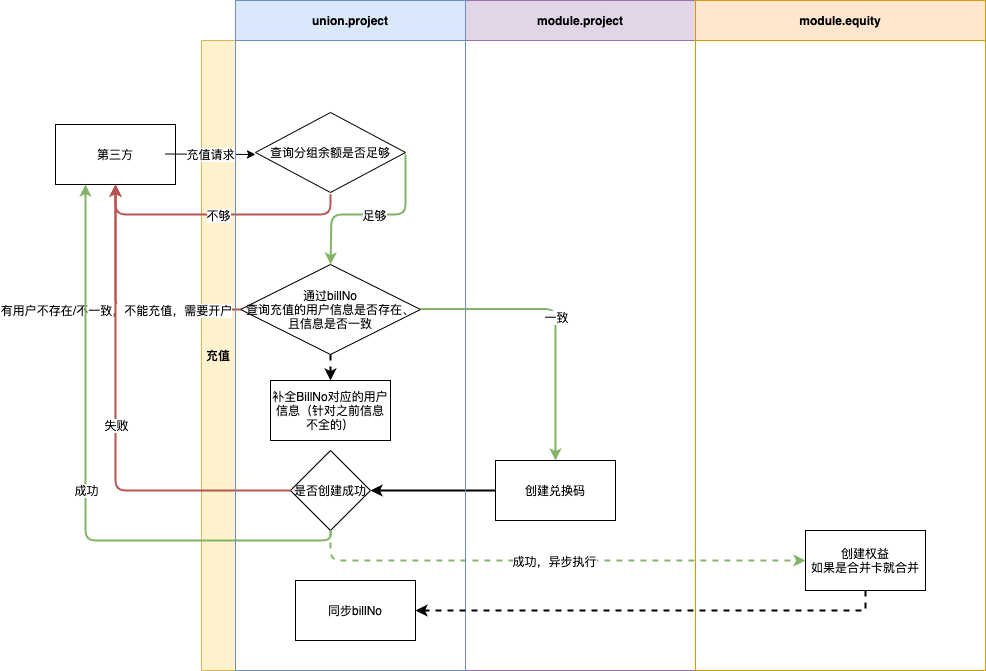
Before: 充值.png, a diagram exported from draw.io (zuoqiang320/uniondrug). Source tidied: cells renumbered, new cells last; positions are measured from the earlier drawing's top-left corner, leaving out a move shared by most shapes.
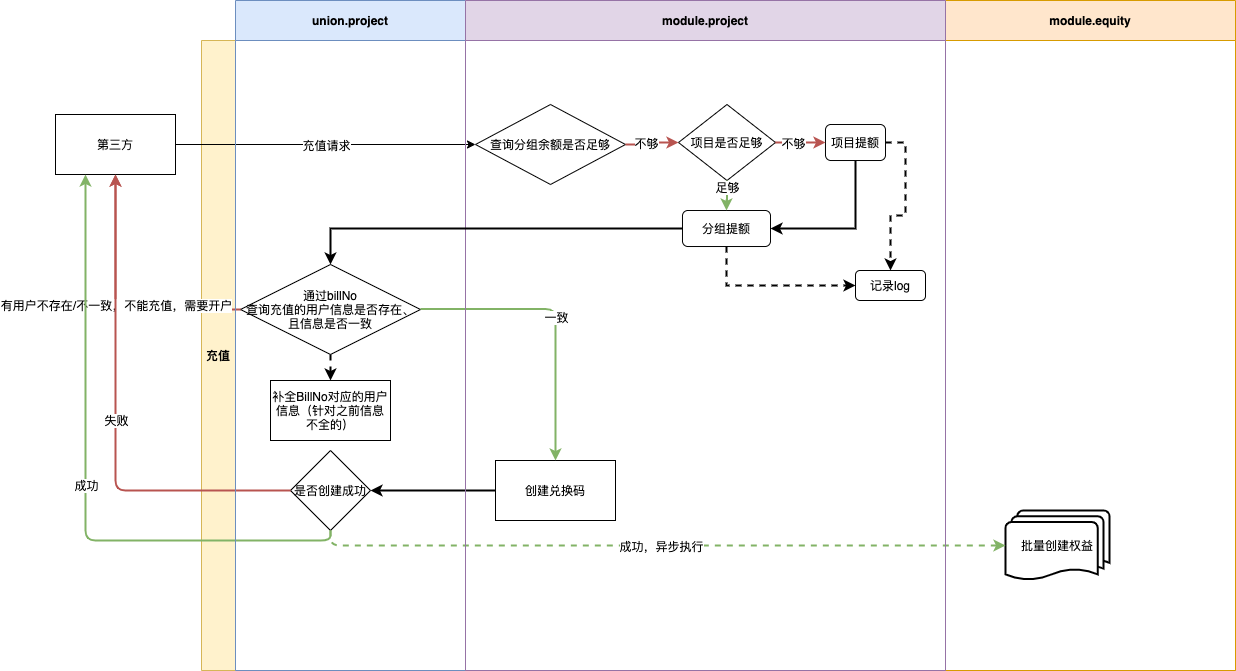
The same file after the commit.

Change to the diagram source:
```diff
@@ -5,25 +5,9 @@
     <mxCell id="2" value="创建兑换码" style="rounded=0;whiteSpace=wrap;html=1;startSize=34;strokeWidth=1;" parent="1" vertex="1">
       <mxGeometry x="440" y="460" width="120" height="60" as="geometry" />
     </mxCell>
-    <mxCell id="3" value="&lt;span&gt;查询分组余额是否足够&lt;/span&gt;" style="rhombus;whiteSpace=wrap;html=1;startSize=34;" parent="1" vertex="1">
-      <mxGeometry x="200" y="112" width="150" height="80" as="geometry" />
-    </mxCell>
     <mxCell id="4" value="通过billNo&lt;br&gt;查询充值的用户信息是否存在、且信息是否一致" style="rhombus;whiteSpace=wrap;html=1;startSize=34;" parent="1" vertex="1">
       <mxGeometry x="185" y="264" width="180" height="90" as="geometry" />
     </mxCell>
-    <mxCell id="5" style="endArrow=classic;html=1;exitX=1;exitY=0.5;exitDx=0;exitDy=0;entryX=0.5;entryY=0;entryDx=0;entryDy=0;fillColor=#d5e8d4;strokeColor=#82b366;strokeWidth=2;" parent="1" edge="1" target="4">
-      <mxGeometry relative="1" as="geometry">
-        <mxPoint x="350" y="154" as="sourcePoint" />
-        <Array as="points">
-          <mxPoint x="350" y="184" />
-          <mxPoint x="350" y="214" />
-          <mxPoint x="276" y="214" />
-        </Array>
-      </mxGeometry>
-    </mxCell>
-    <mxCell id="6" value="足够" style="edgeLabel;html=1;align=center;verticalAlign=middle;" parent="5" vertex="1">
-      <mxGeometry relative="1" as="geometry" />
-    </mxCell>
     <mxCell id="7" value="补全BillNo对应的用户信息（针对之前信息不全的）" style="rounded=0;whiteSpace=wrap;html=1;startSize=34;strokeWidth=1;" parent="1" vertex="1">
       <mxGeometry x="215" y="380" width="120" height="60" as="geometry" />
     </mxCell>
@@ -48,36 +32,41 @@
       <mxGeometry relative="1" as="geometry" />
     </mxCell>
     <mxCell id="13" value="充值" style="swimlane;direction=north;fillColor=#fff2cc;strokeColor=#d6b656;startSize=34;verticalAlign=middle;" parent="1" vertex="1">
-      <mxGeometry x="146" y="40" width="784" height="630" as="geometry" />
+      <mxGeometry x="146" y="40" width="1034" height="630" as="geometry" />
     </mxCell>
-    <mxCell id="14" value="创建权益&lt;br&gt;如果是合并卡就合并" style="rounded=0;whiteSpace=wrap;html=1;startSize=34;strokeWidth=1;" parent="13" vertex="1">
-      <mxGeometry x="604" y="490" width="120" height="60" as="geometry" />
-    </mxCell>
+    <mxCell id="3" value="&lt;span&gt;查询分组余额是否足够&lt;/span&gt;" style="rhombus;whiteSpace=wrap;html=1;startSize=34;" parent="13" vertex="1">
+      <mxGeometry x="274" y="64" width="150" height="80" as="geometry" />
+    </mxCell>
+    <mxCell id="33" style="edgeStyle=orthogonalEdgeStyle;rounded=0;jettySize=auto;html=1;exitX=0.5;exitY=1;exitDx=0;exitDy=0;entryX=1;entryY=0.5;entryDx=0;entryDy=0;strokeWidth=2;" parent="13" edge="1" source="35" target="37">
+      <mxGeometry relative="1" as="geometry" />
+    </mxCell>
+    <mxCell id="34" style="edgeStyle=orthogonalEdgeStyle;rounded=0;jettySize=auto;html=1;exitX=1;exitY=0.5;exitDx=0;exitDy=0;entryX=0.5;entryY=0;entryDx=0;entryDy=0;dashed=1;strokeWidth=2;" parent="13" edge="1" source="35" target="38">
+      <mxGeometry relative="1" as="geometry" />
+    </mxCell>
+    <mxCell id="35" value="项目提额" style="rounded=1;whiteSpace=wrap;html=1;" parent="13" vertex="1">
+      <mxGeometry x="624" y="84" width="60" height="36" as="geometry" />
+    </mxCell>
+    <mxCell id="36" style="edgeStyle=orthogonalEdgeStyle;rounded=0;jettySize=auto;html=1;exitX=0.5;exitY=1;exitDx=0;exitDy=0;entryX=0;entryY=0.5;entryDx=0;entryDy=0;strokeWidth=2;dashed=1;" parent="13" edge="1" source="37" target="38">
+      <mxGeometry relative="1" as="geometry" />
+    </mxCell>
+    <mxCell id="37" value="分组提额" style="rounded=1;whiteSpace=wrap;html=1;" parent="13" vertex="1">
+      <mxGeometry x="481" y="170" width="88" height="36" as="geometry" />
+    </mxCell>
+    <mxCell id="38" value="记录log" style="rounded=1;whiteSpace=wrap;html=1;" parent="13" vertex="1">
+      <mxGeometry x="654" y="230" width="70" height="30" as="geometry" />
+    </mxCell>
+    <mxCell id="39" value="批量创建权益" style="strokeWidth=2;html=1;shape=mxgraph.flowchart.multi-document;whiteSpace=wrap;" parent="13" vertex="1">
+      <mxGeometry x="804" y="470" width="104" height="70" as="geometry" />
+    </mxCell>
     <mxCell id="15" value="第三方" style="whiteSpace=wrap;html=1;align=center;newEdgeStyle={&quot;edgeStyle&quot;:&quot;elbowEdgeStyle&quot;,&quot;startArrow&quot;:&quot;none&quot;,&quot;endArrow&quot;:&quot;none&quot;};" parent="1" vertex="1">
-      <mxGeometry y="124" width="120" height="60" as="geometry" />
+      <mxGeometry y="114" width="120" height="60" as="geometry" />
     </mxCell>
-    <mxCell id="16" style="endArrow=classic;html=1;entryX=0;entryY=0.5;entryDx=0;entryDy=0;" parent="1" edge="1">
-      <mxGeometry relative="1" as="geometry">
-        <mxPoint x="110" y="153.5" as="sourcePoint" />
-        <mxPoint x="200" y="154" as="targetPoint" />
-      </mxGeometry>
+    <mxCell id="16" style="endArrow=classic;html=1;entryX=0;entryY=0.5;entryDx=0;entryDy=0;exitX=1;exitY=0.5;exitDx=0;exitDy=0;" parent="1" edge="1" source="15" target="3">
+      <mxGeometry relative="1" as="geometry" />
     </mxCell>
     <mxCell id="17" value="充值请求" style="edgeLabel;html=1;align=center;verticalAlign=middle;" parent="16" vertex="1">
       <mxGeometry relative="1" as="geometry" />
     </mxCell>
-    <mxCell id="18" style="endArrow=classic;html=1;entryX=0.5;entryY=1;entryDx=0;entryDy=0;exitX=0.5;exitY=1;exitDx=0;exitDy=0;fillColor=#f8cecc;strokeColor=#b85450;strokeWidth=2;" parent="1" edge="1" target="15">
-      <mxGeometry relative="1" as="geometry">
-        <mxPoint x="275" y="194" as="sourcePoint" />
-        <Array as="points">
-          <mxPoint x="275" y="214" />
-          <mxPoint x="210" y="214" />
-          <mxPoint x="60" y="214" />
-        </Array>
-      </mxGeometry>
-    </mxCell>
-    <mxCell id="19" value="不够" style="edgeLabel;html=1;align=center;verticalAlign=middle;" parent="18" vertex="1">
-      <mxGeometry relative="1" as="geometry" />
-    </mxCell>
     <mxCell id="20" style="endArrow=classic;html=1;exitX=0;exitY=0.5;exitDx=0;exitDy=0;entryX=0.5;entryY=1;entryDx=0;entryDy=0;fillColor=#f8cecc;strokeColor=#b85450;strokeWidth=2;" parent="1" edge="1" source="4" target="15">
       <mxGeometry relative="1" as="geometry">
         <Array as="points">
@@ -88,7 +77,7 @@
     <mxCell id="21" value="有用户不存在/不一致，不能充值，需要开户" style="edgeLabel;html=1;align=center;verticalAlign=middle;" parent="20" vertex="1">
       <mxGeometry relative="1" as="geometry" />
     </mxCell>
-    <mxCell id="22" style="endArrow=classic;html=1;strokeWidth=2;exitX=0.5;exitY=1;exitDx=0;exitDy=0;entryX=0;entryY=0.5;entryDx=0;entryDy=0;edgeStyle=orthogonalEdgeStyle;fillColor=#d5e8d4;strokeColor=#82b366;dashed=1;" parent="1" edge="1" source="11" target="14">
+    <mxCell id="22" style="endArrow=classic;html=1;strokeWidth=2;exitX=0.5;exitY=1;exitDx=0;exitDy=0;entryX=0;entryY=0.5;entryDx=0;entryDy=0;edgeStyle=orthogonalEdgeStyle;fillColor=#d5e8d4;strokeColor=#82b366;dashed=1;entryPerimeter=0;" parent="1" edge="1" source="11" target="39">
       <mxGeometry relative="1" as="geometry" />
     </mxCell>
     <mxCell id="23" value="成功，异步执行" style="edgeLabel;html=1;align=center;verticalAlign=middle;" parent="22" vertex="1">
@@ -106,20 +95,40 @@
     <mxCell id="27" value="成功" style="edgeLabel;html=1;align=center;verticalAlign=middle;" parent="26" vertex="1">
       <mxGeometry relative="1" as="geometry" />
     </mxCell>
-    <mxCell id="28" value="module.project" style="swimlane;startSize=40;fillColor=#e1d5e7;strokeColor=#9673a6;strokeWidth=1;" parent="1" vertex="1">
-      <mxGeometry x="410" width="230" height="670" as="geometry" />
-    </mxCell>
     <mxCell id="29" value="module.equity" style="swimlane;startSize=40;fillColor=#ffe6cc;strokeColor=#d79b00;" parent="1" vertex="1">
-      <mxGeometry x="640" width="290" height="670" as="geometry" />
+      <mxGeometry x="890" width="290" height="670" as="geometry" />
     </mxCell>
     <mxCell id="30" value="union.project" style="swimlane;startSize=40;fillColor=#dae8fc;strokeColor=#6c8ebf;" parent="1" vertex="1">
       <mxGeometry x="180" width="230" height="670" as="geometry" />
     </mxCell>
-    <mxCell id="31" value="同步billNo" style="rounded=0;whiteSpace=wrap;html=1;" parent="30" vertex="1">
-      <mxGeometry x="60" y="580" width="120" height="60" as="geometry" />
-    </mxCell>
-    <mxCell id="32" style="edgeStyle=orthogonalEdgeStyle;rounded=0;jettySize=auto;html=1;exitX=0.5;exitY=1;exitDx=0;exitDy=0;strokeWidth=2;dashed=1;" parent="1" edge="1" source="14" target="31">
-      <mxGeometry relative="1" as="geometry" />
-    </mxCell>
+    <mxCell id="28" value="module.project" style="swimlane;startSize=40;fillColor=#e1d5e7;strokeColor=#9673a6;strokeWidth=1;" parent="1" vertex="1">
+      <mxGeometry x="410" width="480" height="670" as="geometry" />
+    </mxCell>
+    <mxCell id="40" value="项目是否足够" style="rhombus;whiteSpace=wrap;html=1;" parent="28" vertex="1">
+      <mxGeometry x="213" y="104" width="97" height="76" as="geometry" />
+    </mxCell>
+    <mxCell id="41" style="edgeStyle=orthogonalEdgeStyle;rounded=0;jettySize=auto;html=1;exitX=1;exitY=0.5;exitDx=0;exitDy=0;fillColor=#f8cecc;strokeColor=#b85450;strokeWidth=2;entryX=0;entryY=0.5;entryDx=0;entryDy=0;" parent="1" edge="1" source="3" target="40">
+      <mxGeometry relative="1" as="geometry" />
+    </mxCell>
+    <mxCell id="42" value="不够" style="edgeLabel;html=1;align=center;verticalAlign=middle;" parent="41" vertex="1">
+      <mxGeometry x="-0.28" y="2" relative="1" as="geometry" />
+    </mxCell>
+    <mxCell id="43" style="edgeStyle=orthogonalEdgeStyle;rounded=0;jettySize=auto;html=1;exitX=1;exitY=0.5;exitDx=0;exitDy=0;entryX=0;entryY=0.5;entryDx=0;entryDy=0;strokeWidth=2;fillColor=#f8cecc;strokeColor=#b85450;" parent="1" edge="1" source="40" target="35">
+      <mxGeometry relative="1" as="geometry" />
+    </mxCell>
+    <mxCell id="44" value="不够" style="edgeLabel;html=1;align=center;verticalAlign=middle;" parent="43" vertex="1">
+      <mxGeometry x="-0.33" relative="1" as="geometry" />
+    </mxCell>
+    <mxCell id="45" style="edgeStyle=orthogonalEdgeStyle;rounded=0;jettySize=auto;html=1;exitX=0.5;exitY=1;exitDx=0;exitDy=0;strokeWidth=2;fillColor=#d5e8d4;strokeColor=#82b366;" parent="1" edge="1" source="40" target="37">
+      <mxGeometry relative="1" as="geometry" />
+    </mxCell>
+    <mxCell id="6" value="足够" style="edgeLabel;html=1;align=center;verticalAlign=middle;" parent="45" vertex="1">
+      <mxGeometry x="0.34" y="-14" relative="1" as="geometry">
+        <mxPoint x="14" y="-14" as="offset" />
+      </mxGeometry>
+    </mxCell>
+    <mxCell id="46" style="edgeStyle=orthogonalEdgeStyle;rounded=0;jettySize=auto;html=1;exitX=0;exitY=0.5;exitDx=0;exitDy=0;entryX=0.5;entryY=0;entryDx=0;entryDy=0;strokeWidth=2;" parent="1" edge="1" source="37" target="4">
+      <mxGeometry relative="1" as="geometry" />
+    </mxCell>
   </root>
 </mxGraphModel>
```
